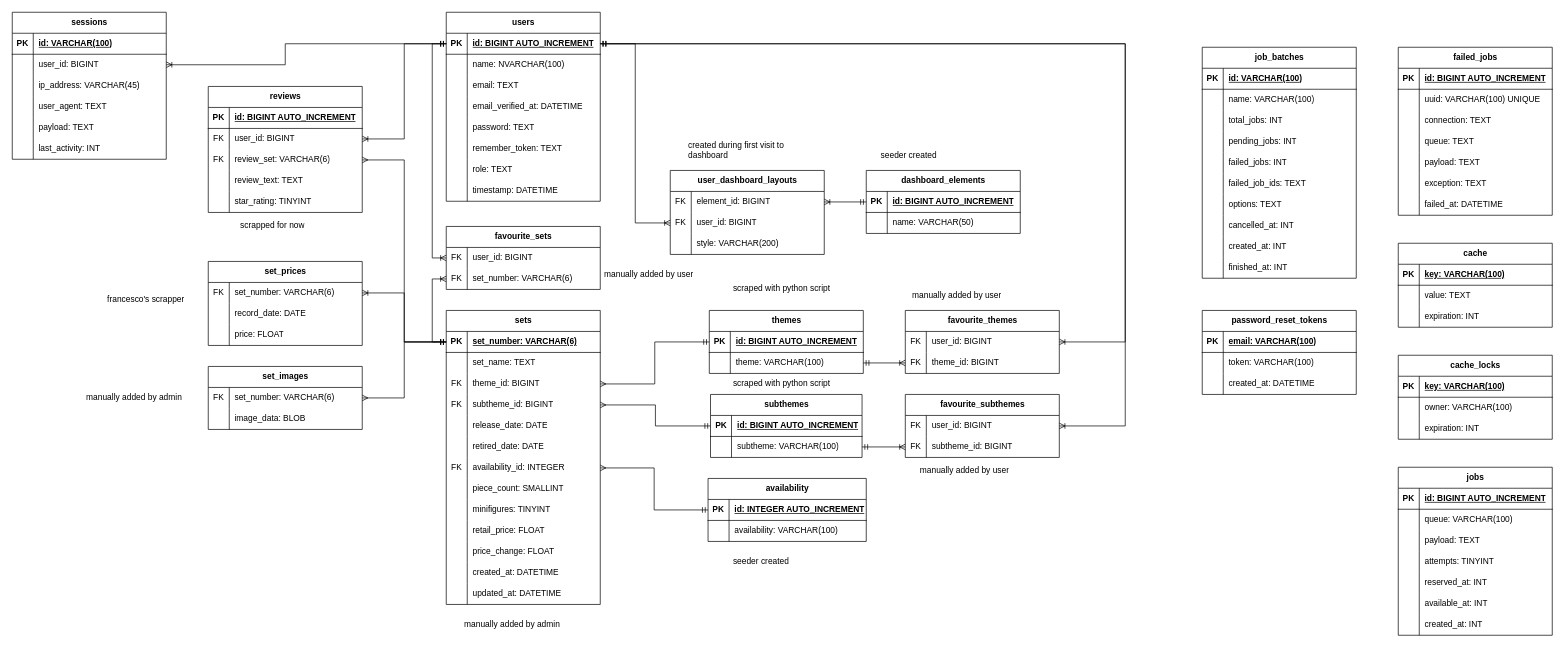
The draw.io diagram DatabaseDiagram.drawio in Kacper-Grzyb/BrickedUp, before the edit. Source tidied: cells renumbered, new cells numbered last; positions are measured from the earlier drawing's top-left corner, leaving out a move shared by most shapes. Both pictures are drawn from the tidied source at 70%, with x=0, y=0 at pixel (12, 12).
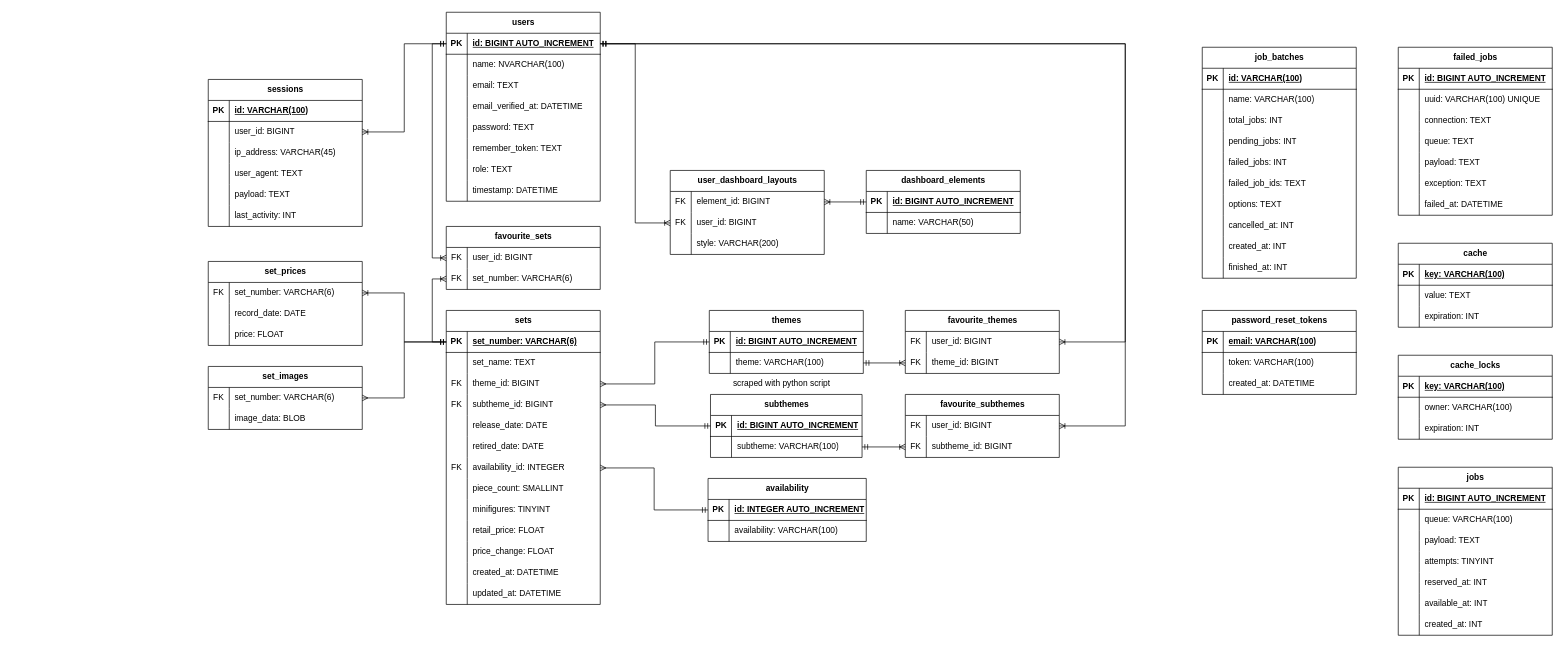
The same page after the edit.

Unchanged cells that the change refers to:
```xml
<mxCell id="24" style="shape=tableRow;horizontal=0;startSize=0;swimlaneHead=0;swimlaneBody=0;fillColor=none;points=[[0,0.5],[1,0.5]];portConstraint=eastwest;top=0;left=0;right=0;bottom=1;" parent="23" vertex="1">
  <mxGeometry y="30" width="220" height="30" as="geometry" />
</mxCell>
<mxCell id="64" style="shape=tableRow;horizontal=0;startSize=0;swimlaneHead=0;swimlaneBody=0;fillColor=none;points=[[0,0.5],[1,0.5]];portConstraint=eastwest;top=0;left=0;right=0;bottom=1;" parent="63" vertex="1">
  <mxGeometry y="30" width="220" height="30" as="geometry" />
</mxCell>
<mxCell id="188" style="shape=tableRow;horizontal=0;startSize=0;swimlaneHead=0;swimlaneBody=0;fillColor=none;points=[[0,0.5],[1,0.5]];portConstraint=eastwest;top=0;left=0;right=0;bottom=0;" parent="184" vertex="1">
  <mxGeometry y="60" width="220" height="30" as="geometry" />
</mxCell>
```

What changed in the source:
```diff
@@
-    <mxCell id="109" value="reviews" style="shape=table;startSize=30;childLayout=tableLayout;rowLines=0;fontStyle=1;align=center;html=1;" parent="1" vertex="1">
-      <mxGeometry x="280" y="106" width="220" height="180" as="geometry" />
-    </mxCell>
-    <mxCell id="110" style="shape=tableRow;horizontal=0;startSize=0;swimlaneHead=0;swimlaneBody=0;fillColor=none;top=0;left=0;right=0;bottom=1;" parent="109" vertex="1">
-      <mxGeometry y="30" width="220" height="30" as="geometry" />
-    </mxCell>
-    <mxCell id="111" value="PK" style="shape=partialRectangle;fillColor=none;top=0;left=0;bottom=0;right=0;fontStyle=1;overflow=hidden;whiteSpace=wrap;html=1;" parent="110" vertex="1">
-      <mxGeometry width="30" height="30" as="geometry" />
-    </mxCell>
-    <mxCell id="112" value="id: BIGINT AUTO_INCREMENT" style="shape=partialRectangle;fillColor=none;top=0;left=0;bottom=0;right=0;align=left;spacingLeft=6;fontStyle=5;overflow=hidden;whiteSpace=wrap;html=1;" parent="110" vertex="1">
-      <mxGeometry x="30" width="190" height="30" as="geometry" />
-    </mxCell>
-    <mxCell id="113" style="shape=tableRow;horizontal=0;startSize=0;swimlaneHead=0;swimlaneBody=0;fillColor=none;points=[[0,0.5],[1,0.5]];portConstraint=eastwest;top=0;left=0;right=0;bottom=0;" parent="109" vertex="1">
-      <mxGeometry y="60" width="220" height="30" as="geometry" />
-    </mxCell>
-    <mxCell id="114" value="FK" style="shape=partialRectangle;fillColor=none;top=0;left=0;bottom=0;right=0;overflow=hidden;whiteSpace=wrap;html=1;" parent="113" vertex="1">
-      <mxGeometry width="30" height="30" as="geometry" />
-    </mxCell>
-    <mxCell id="115" value="user_id: BIGINT" style="shape=partialRectangle;fillColor=none;top=0;left=0;bottom=0;right=0;align=left;spacingLeft=6;overflow=hidden;whiteSpace=wrap;html=1;" parent="113" vertex="1">
-      <mxGeometry x="30" width="190" height="30" as="geometry" />
-    </mxCell>
-    <mxCell id="116" style="shape=tableRow;horizontal=0;startSize=0;swimlaneHead=0;swimlaneBody=0;fillColor=none;points=[[0,0.5],[1,0.5]];portConstraint=eastwest;top=0;left=0;right=0;bottom=0;" parent="109" vertex="1">
-      <mxGeometry y="90" width="220" height="30" as="geometry" />
-    </mxCell>
-    <mxCell id="117" value="FK" style="shape=partialRectangle;fillColor=none;top=0;left=0;bottom=0;right=0;overflow=hidden;whiteSpace=wrap;html=1;" parent="116" vertex="1">
-      <mxGeometry width="30" height="30" as="geometry" />
-    </mxCell>
-    <mxCell id="118" value="review_set: VARCHAR(6)" style="shape=partialRectangle;fillColor=none;top=0;left=0;bottom=0;right=0;align=left;spacingLeft=6;overflow=hidden;whiteSpace=wrap;html=1;" parent="116" vertex="1">
-      <mxGeometry x="30" width="190" height="30" as="geometry" />
-    </mxCell>
-    <mxCell id="119" style="shape=tableRow;horizontal=0;startSize=0;swimlaneHead=0;swimlaneBody=0;fillColor=none;top=0;left=0;right=0;bottom=0;" parent="109" vertex="1">
-      <mxGeometry y="120" width="220" height="30" as="geometry" />
-    </mxCell>
-    <mxCell id="120" style="shape=partialRectangle;fillColor=none;top=0;left=0;bottom=0;right=0;overflow=hidden;whiteSpace=wrap;html=1;" parent="119" vertex="1">
-      <mxGeometry width="30" height="30" as="geometry" />
-    </mxCell>
-    <mxCell id="121" value="review_text: TEXT" style="shape=partialRectangle;fillColor=none;top=0;left=0;bottom=0;right=0;align=left;spacingLeft=6;overflow=hidden;whiteSpace=wrap;html=1;" parent="119" vertex="1">
-      <mxGeometry x="30" width="190" height="30" as="geometry" />
-    </mxCell>
-    <mxCell id="122" style="shape=tableRow;horizontal=0;startSize=0;swimlaneHead=0;swimlaneBody=0;fillColor=none;top=0;left=0;right=0;bottom=0;" parent="109" vertex="1">
-      <mxGeometry y="150" width="220" height="30" as="geometry" />
-    </mxCell>
-    <mxCell id="123" style="shape=partialRectangle;fillColor=none;top=0;left=0;bottom=0;right=0;overflow=hidden;whiteSpace=wrap;html=1;" parent="122" vertex="1">
-      <mxGeometry width="30" height="30" as="geometry" />
-    </mxCell>
-    <mxCell id="124" value="star_rating: TINYINT" style="shape=partialRectangle;fillColor=none;top=0;left=0;bottom=0;right=0;align=left;spacingLeft=6;overflow=hidden;whiteSpace=wrap;html=1;" parent="122" vertex="1">
-      <mxGeometry x="30" width="190" height="30" as="geometry" />
-    </mxCell>
@@
-    <mxCell id="142" style="edgeStyle=orthogonalEdgeStyle;rounded=0;jettySize=auto;html=1;entryX=0;entryY=0.5;entryDx=0;entryDy=0;endArrow=ERmandOne;endFill=0;startArrow=ERoneToMany;startFill=0;" parent="1" edge="1" source="113" target="64">
-      <mxGeometry relative="1" as="geometry" />
-    </mxCell>
@@
-    <mxCell id="173" style="edgeStyle=orthogonalEdgeStyle;rounded=0;jettySize=auto;html=1;entryX=0;entryY=0.5;entryDx=0;entryDy=0;endArrow=ERmandOne;endFill=0;startArrow=ERmany;startFill=0;" parent="1" edge="1" source="116" target="24">
-      <mxGeometry relative="1" as="geometry" />
-    </mxCell>
@@
     <mxCell id="184" value="sessions" style="shape=table;startSize=30;childLayout=tableLayout;rowLines=0;fontStyle=1;align=center;html=1;" parent="1" vertex="1">
-      <mxGeometry width="220" height="210" as="geometry" />
+      <mxGeometry x="280" y="96" width="220" height="210" as="geometry" />
     </mxCell>
@@
     <mxCell id="203" style="edgeStyle=orthogonalEdgeStyle;rounded=0;jettySize=auto;html=1;entryX=0;entryY=0.5;entryDx=0;entryDy=0;endArrow=ERmandOne;endFill=0;startArrow=ERoneToMany;startFill=0;exitX=1;exitY=0.5;exitDx=0;exitDy=0;" parent="1" edge="1" source="188" target="64">
       <mxGeometry relative="1" as="geometry">
         <Array as="points">
-          <mxPoint x="390" y="75" />
-          <mxPoint x="390" y="45" />
+          <mxPoint x="560" y="171" />
+          <mxPoint x="560" y="45" />
         </Array>
       </mxGeometry>
     </mxCell>
@@
-    <mxCell id="299" value="created during first visit to dashboard" style="text;strokeColor=none;fillColor=none;align=left;verticalAlign=middle;spacingLeft=4;spacingRight=4;overflow=hidden;whiteSpace=wrap;html=1;" parent="1" vertex="1">
-      <mxGeometry x="960" y="180" width="190" height="30" as="geometry" />
-    </mxCell>
-    <mxCell id="300" value="scraped with python script" style="text;strokeColor=none;fillColor=none;align=left;verticalAlign=middle;spacingLeft=4;spacingRight=4;overflow=hidden;whiteSpace=wrap;html=1;" parent="1" vertex="1">
-      <mxGeometry x="1024" y="380" width="190" height="30" as="geometry" />
-    </mxCell>
@@
-    <mxCell id="302" value="seeder created" style="text;strokeColor=none;fillColor=none;align=left;verticalAlign=middle;spacingLeft=4;spacingRight=4;overflow=hidden;whiteSpace=wrap;html=1;" parent="1" vertex="1">
-      <mxGeometry x="1024" y="770" width="190" height="30" as="geometry" />
-    </mxCell>
-    <mxCell id="303" value="manually added by user" style="text;strokeColor=none;fillColor=none;align=left;verticalAlign=middle;spacingLeft=4;spacingRight=4;overflow=hidden;whiteSpace=wrap;html=1;" parent="1" vertex="1">
-      <mxGeometry x="1290.8" y="640" width="190" height="30" as="geometry" />
-    </mxCell>
-    <mxCell id="304" value="manually added by user" style="text;strokeColor=none;fillColor=none;align=left;verticalAlign=middle;spacingLeft=4;spacingRight=4;overflow=hidden;whiteSpace=wrap;html=1;" parent="1" vertex="1">
-      <mxGeometry x="1280" y="390" width="190" height="30" as="geometry" />
-    </mxCell>
-    <mxCell id="305" value="seeder created" style="text;strokeColor=none;fillColor=none;align=left;verticalAlign=middle;spacingLeft=4;spacingRight=4;overflow=hidden;whiteSpace=wrap;html=1;" parent="1" vertex="1">
-      <mxGeometry x="1235" y="190" width="190" height="30" as="geometry" />
-    </mxCell>
-    <mxCell id="306" value="scrapped for now" style="text;strokeColor=none;fillColor=none;align=left;verticalAlign=middle;spacingLeft=4;spacingRight=4;overflow=hidden;whiteSpace=wrap;html=1;" parent="1" vertex="1">
-      <mxGeometry x="320" y="290" width="190" height="30" as="geometry" />
-    </mxCell>
-    <mxCell id="307" value="francesco's scrapper" style="text;strokeColor=none;fillColor=none;align=left;verticalAlign=middle;spacingLeft=4;spacingRight=4;overflow=hidden;whiteSpace=wrap;html=1;" parent="1" vertex="1">
-      <mxGeometry x="130" y="396" width="130" height="30" as="geometry" />
-    </mxCell>
-    <mxCell id="308" value="manually added by admin" style="text;strokeColor=none;fillColor=none;align=left;verticalAlign=middle;spacingLeft=4;spacingRight=4;overflow=hidden;whiteSpace=wrap;html=1;" parent="1" vertex="1">
-      <mxGeometry x="100" y="535" width="160" height="30" as="geometry" />
-    </mxCell>
-    <mxCell id="309" value="manually added by admin" style="text;strokeColor=none;fillColor=none;align=left;verticalAlign=middle;spacingLeft=4;spacingRight=4;overflow=hidden;whiteSpace=wrap;html=1;" parent="1" vertex="1">
-      <mxGeometry x="640" y="860" width="160" height="30" as="geometry" />
-    </mxCell>
-    <mxCell id="310" value="manually added by user" style="text;strokeColor=none;fillColor=none;align=left;verticalAlign=middle;spacingLeft=4;spacingRight=4;overflow=hidden;whiteSpace=wrap;html=1;" parent="1" vertex="1">
-      <mxGeometry x="840" y="360" width="146" height="30" as="geometry" />
-    </mxCell>
```
